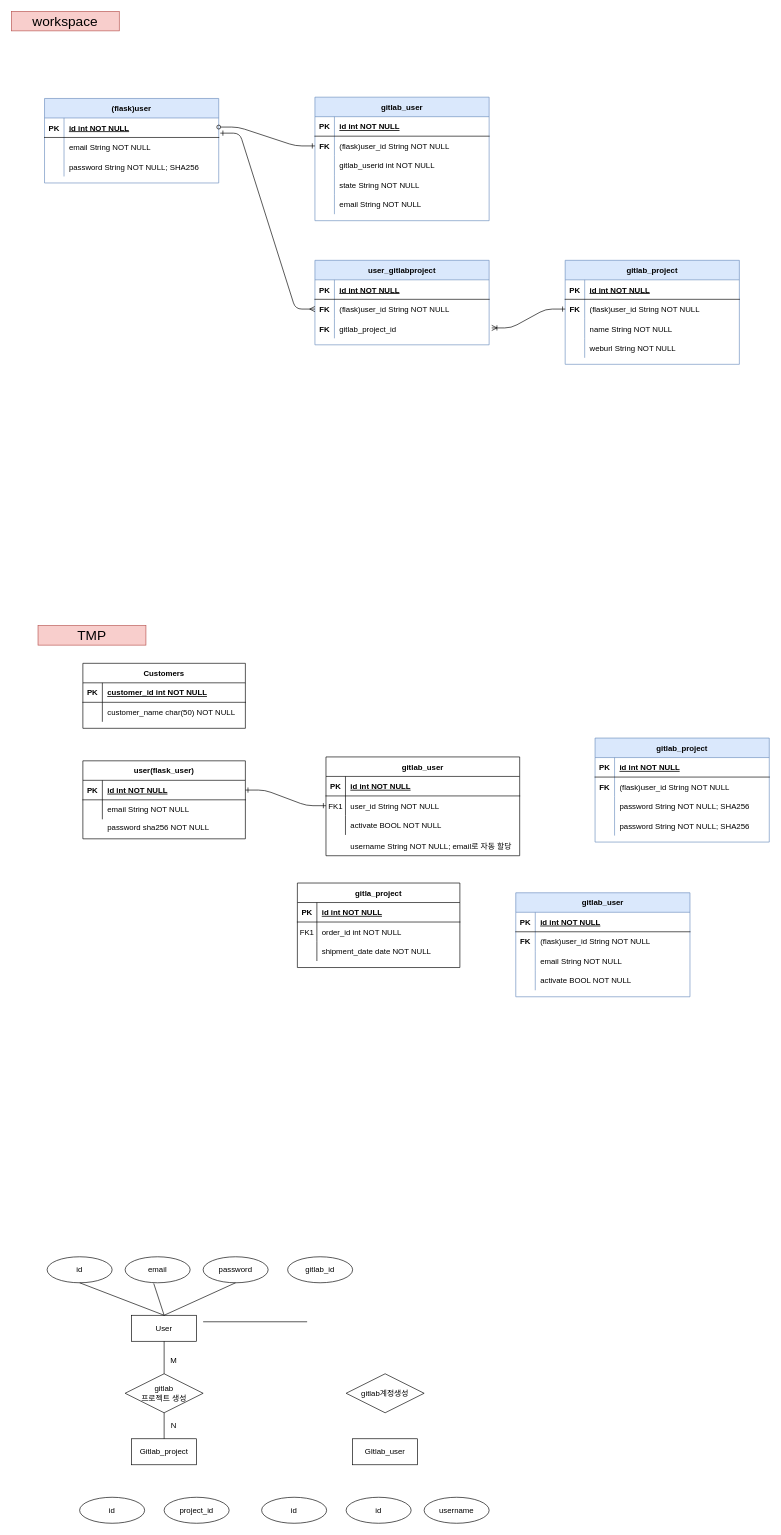
Above: SRM_project/documentation/entinity.drawio in choisungwook/portfolio (draw.io), before the change. Source tidied: cells renumbered, new cells numbered last; positions are measured from the earlier drawing's top-left corner, leaving out a move shared by most shapes. Both pictures are drawn from the tidied source at 65%, with x=0, y=0 at pixel (11, 11).
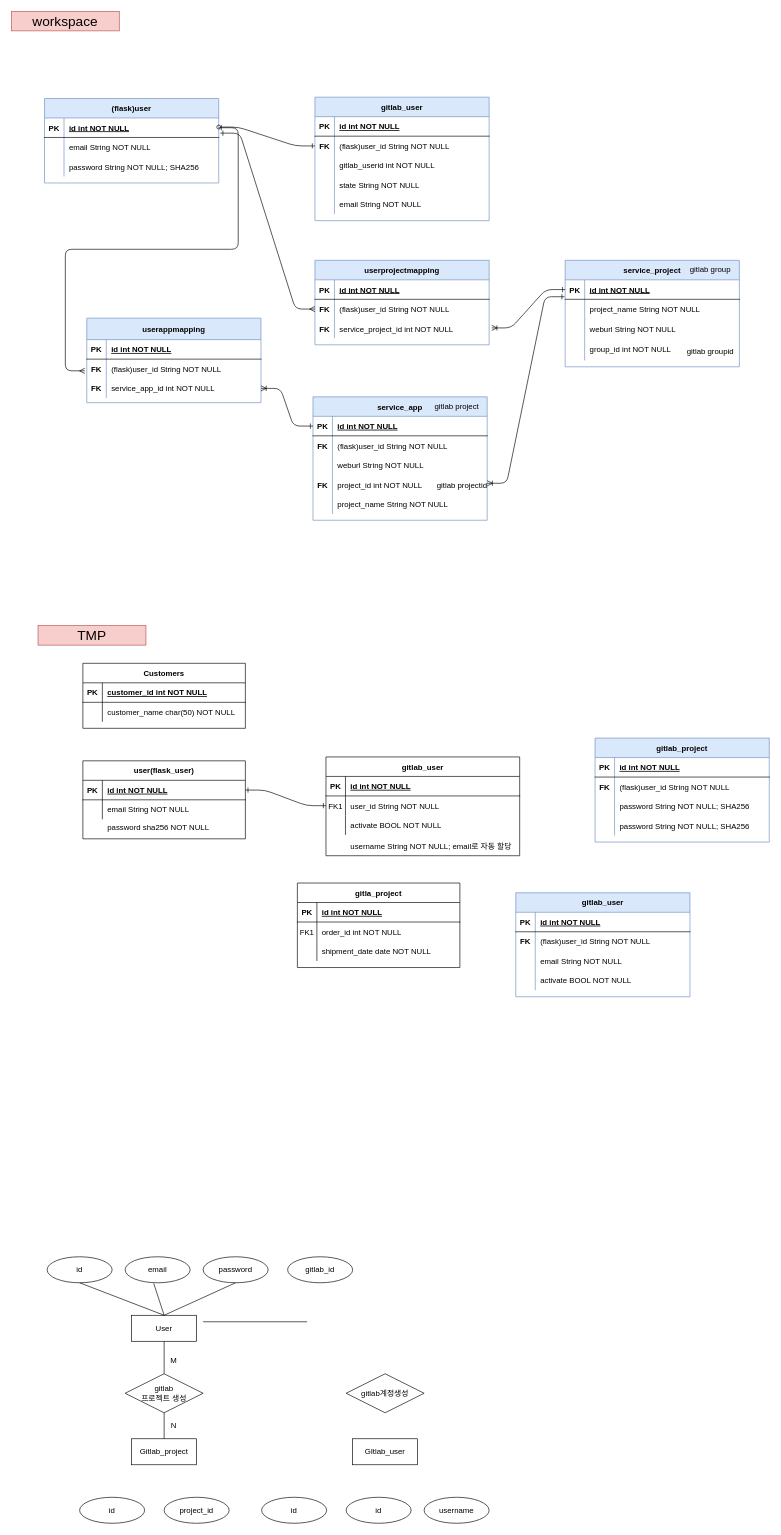
After the change.

Commit message:
SRM Project: db 모델링 파일 업데이트

The change refers to these unchanged cells:
```xml
<mxCell id="76" style="shape=partialRectangle;fillColor=none;top=0;left=0;bottom=1;right=0;points=[[0,0.5],[1,0.5]];portConstraint=eastwest;" parent="75" vertex="1">
  <mxGeometry y="30" width="268" height="30" as="geometry" />
</mxCell>
<mxCell id="116" style="shape=partialRectangle;fillColor=none;top=0;left=0;bottom=1;right=0;points=[[0,0.5],[1,0.5]];portConstraint=eastwest;" parent="115" vertex="1">
  <mxGeometry y="30" width="268" height="30" as="geometry" />
</mxCell>
<mxCell id="136" style="shape=partialRectangle;fillColor=none;top=0;left=0;bottom=0;right=0;" parent="129" vertex="1">
  <mxGeometry y="90" width="268" height="30" as="geometry" />
</mxCell>
```

The edit, as a diff of the source:
```diff
@@
-    <mxCell id="115" value="gitlab_project" style="shape=table;startSize=30;childLayout=tableLayout;rowLines=0;fontStyle=1;align=center;fillColor=#dae8fc;strokeColor=#6c8ebf;" parent="1" vertex="1">
-      <mxGeometry x="852" y="383" width="268" height="160" as="geometry" />
+    <mxCell id="115" value="service_project" style="shape=table;startSize=30;childLayout=tableLayout;rowLines=0;fontStyle=1;align=center;fillColor=#dae8fc;strokeColor=#6c8ebf;" parent="1" vertex="1">
+      <mxGeometry x="852" y="383" width="268" height="163.8" as="geometry" />
     </mxCell>
@@
-    <mxCell id="119" style="shape=partialRectangle;fillColor=none;top=0;left=0;bottom=0;right=0;points=[[0,0.5],[1,0.5]];portConstraint=eastwest;" parent="115" vertex="1">
-      <mxGeometry y="60" width="268" height="30" as="geometry" />
-    </mxCell>
-    <mxCell id="120" value="FK" style="shape=partialRectangle;fillColor=none;top=0;left=0;bottom=0;right=0;overflow=hidden;fontStyle=1;" parent="119" vertex="1">
-      <mxGeometry width="30" height="30" as="geometry" />
-    </mxCell>
-    <mxCell id="121" value="(flask)user_id String NOT NULL" style="shape=partialRectangle;fillColor=none;top=0;left=0;bottom=0;right=0;align=left;spacingLeft=6;overflow=hidden;" parent="119" vertex="1">
-      <mxGeometry x="30" width="238" height="30" as="geometry" />
-    </mxCell>
     <mxCell id="122" style="shape=partialRectangle;fillColor=none;top=0;left=0;bottom=0;right=0;" parent="115" vertex="1">
-      <mxGeometry y="90" width="268" height="30" as="geometry" />
+      <mxGeometry y="60" width="268" height="30" as="geometry" />
     </mxCell>
@@
-    <mxCell id="124" value="name String NOT NULL " style="shape=partialRectangle;fillColor=none;top=0;left=0;bottom=0;right=0;align=left;spacingLeft=6;overflow=hidden;" parent="122" vertex="1">
+    <mxCell id="124" value="project_name String NOT NULL " style="shape=partialRectangle;fillColor=none;top=0;left=0;bottom=0;right=0;align=left;spacingLeft=6;overflow=hidden;" parent="122" vertex="1">
       <mxGeometry x="30" width="238" height="30" as="geometry" />
     </mxCell>
     <mxCell id="125" style="shape=partialRectangle;fillColor=none;top=0;left=0;bottom=0;right=0;" parent="115" vertex="1">
-      <mxGeometry y="120" width="268" height="30" as="geometry" />
+      <mxGeometry y="90" width="268" height="30" as="geometry" />
     </mxCell>
@@
+    <mxCell id="141" style="shape=partialRectangle;fillColor=none;top=0;left=0;bottom=0;right=0;" parent="115" vertex="1">
+      <mxGeometry y="120" width="268" height="34" as="geometry" />
+    </mxCell>
+    <mxCell id="142" style="shape=partialRectangle;fillColor=none;top=0;left=0;bottom=0;right=0;overflow=hidden;" parent="141" vertex="1">
+      <mxGeometry width="30" height="34" as="geometry" />
+    </mxCell>
+    <mxCell id="143" value="group_id int NOT NULL " style="shape=partialRectangle;fillColor=none;top=0;left=0;bottom=0;right=0;align=left;spacingLeft=6;overflow=hidden;" parent="141" vertex="1">
+      <mxGeometry x="30" width="238" height="34" as="geometry" />
+    </mxCell>
@@
-    <mxCell id="129" value="user_gitlabproject" style="shape=table;startSize=30;childLayout=tableLayout;rowLines=0;fontStyle=1;align=center;fillColor=#dae8fc;strokeColor=#6c8ebf;" parent="1" vertex="1">
+    <mxCell id="129" value="userprojectmapping" style="shape=table;startSize=30;childLayout=tableLayout;rowLines=0;fontStyle=1;align=center;fillColor=#dae8fc;strokeColor=#6c8ebf;" parent="1" vertex="1">
       <mxGeometry x="467" y="383" width="268" height="130" as="geometry" />
     </mxCell>
@@
-    <mxCell id="138" value="gitlab_project_id" style="shape=partialRectangle;fillColor=none;top=0;left=0;bottom=0;right=0;align=left;spacingLeft=6;overflow=hidden;" parent="136" vertex="1">
+    <mxCell id="138" value="service_project_id int NOT NULL" style="shape=partialRectangle;fillColor=none;top=0;left=0;bottom=0;right=0;align=left;spacingLeft=6;overflow=hidden;" parent="136" vertex="1">
       <mxGeometry x="30" width="238" height="30" as="geometry" />
     </mxCell>
-    <mxCell id="139" style="edgeStyle=entityRelationEdgeStyle;endArrow=ERone;startArrow=ERoneToMany;endFill=0;startFill=0;entryX=0;entryY=0.5;entryDx=0;entryDy=0;" parent="1" edge="1" target="119">
+    <mxCell id="139" style="edgeStyle=entityRelationEdgeStyle;endArrow=ERone;startArrow=ERoneToMany;endFill=0;startFill=0;entryX=0;entryY=0.5;entryDx=0;entryDy=0;" parent="1" edge="1" target="116">
       <mxGeometry relative="1" as="geometry">
         <mxPoint x="739" y="487" as="sourcePoint" />
       </mxGeometry>
     </mxCell>
@@
+    <mxCell id="144" value="service_app" style="shape=table;startSize=30;childLayout=tableLayout;rowLines=0;fontStyle=1;align=center;fillColor=#dae8fc;strokeColor=#6c8ebf;" parent="1" vertex="1">
+      <mxGeometry x="464" y="593" width="268" height="189.9" as="geometry" />
+    </mxCell>
+    <mxCell id="145" style="shape=partialRectangle;fillColor=none;top=0;left=0;bottom=1;right=0;points=[[0,0.5],[1,0.5]];portConstraint=eastwest;" parent="144" vertex="1">
+      <mxGeometry y="30" width="268" height="30" as="geometry" />
+    </mxCell>
+    <mxCell id="146" value="PK" style="shape=partialRectangle;fillColor=none;top=0;left=0;bottom=0;right=0;fontStyle=1;overflow=hidden;" parent="145" vertex="1">
+      <mxGeometry width="30" height="30" as="geometry" />
+    </mxCell>
+    <mxCell id="147" value="id int NOT NULL" style="shape=partialRectangle;fillColor=none;top=0;left=0;bottom=0;right=0;align=left;spacingLeft=6;fontStyle=5;overflow=hidden;" parent="145" vertex="1">
+      <mxGeometry x="30" width="238" height="30" as="geometry" />
+    </mxCell>
+    <mxCell id="119" style="shape=partialRectangle;fillColor=none;top=0;left=0;bottom=0;right=0;points=[[0,0.5],[1,0.5]];portConstraint=eastwest;" parent="144" vertex="1">
+      <mxGeometry y="60" width="268" height="30" as="geometry" />
+    </mxCell>
+    <mxCell id="148" value="FK" style="shape=partialRectangle;fillColor=none;top=0;left=0;bottom=0;right=0;overflow=hidden;fontStyle=1;" parent="119" vertex="1">
+      <mxGeometry width="30" height="30" as="geometry" />
+    </mxCell>
+    <mxCell id="149" value="(flask)user_id String NOT NULL" style="shape=partialRectangle;fillColor=none;top=0;left=0;bottom=0;right=0;align=left;spacingLeft=6;overflow=hidden;" parent="119" vertex="1">
+      <mxGeometry x="30" width="238" height="30" as="geometry" />
+    </mxCell>
+    <mxCell id="150" style="shape=partialRectangle;fillColor=none;top=0;left=0;bottom=0;right=0;" parent="144" vertex="1">
+      <mxGeometry y="90" width="268" height="30" as="geometry" />
+    </mxCell>
+    <mxCell id="151" style="shape=partialRectangle;fillColor=none;top=0;left=0;bottom=0;right=0;overflow=hidden;fontStyle=1;" parent="150" vertex="1">
+      <mxGeometry width="30" height="30" as="geometry" />
+    </mxCell>
+    <mxCell id="152" value="weburl String NOT NULL" style="shape=partialRectangle;fillColor=none;top=0;left=0;bottom=0;right=0;align=left;spacingLeft=6;overflow=hidden;" parent="150" vertex="1">
+      <mxGeometry x="30" width="238" height="30" as="geometry" />
+    </mxCell>
+    <mxCell id="153" style="shape=partialRectangle;fillColor=none;top=0;left=0;bottom=0;right=0;" parent="144" vertex="1">
+      <mxGeometry y="120" width="268" height="30" as="geometry" />
+    </mxCell>
+    <mxCell id="154" value="FK" style="shape=partialRectangle;fillColor=none;top=0;left=0;bottom=0;right=0;overflow=hidden;fontStyle=1;" parent="153" vertex="1">
+      <mxGeometry width="30" height="30" as="geometry" />
+    </mxCell>
+    <mxCell id="155" value="project_id int NOT NULL" style="shape=partialRectangle;fillColor=none;top=0;left=0;bottom=0;right=0;align=left;spacingLeft=6;overflow=hidden;" parent="153" vertex="1">
+      <mxGeometry x="30" width="238" height="30" as="geometry" />
+    </mxCell>
+    <mxCell id="156" style="shape=partialRectangle;fillColor=none;top=0;left=0;bottom=0;right=0;" parent="144" vertex="1">
+      <mxGeometry y="150" width="268" height="30" as="geometry" />
+    </mxCell>
+    <mxCell id="157" style="shape=partialRectangle;fillColor=none;top=0;left=0;bottom=0;right=0;overflow=hidden;fontStyle=1;" parent="156" vertex="1">
+      <mxGeometry width="30" height="30" as="geometry" />
+    </mxCell>
+    <mxCell id="158" value="project_name String NOT NULL" style="shape=partialRectangle;fillColor=none;top=0;left=0;bottom=0;right=0;align=left;spacingLeft=6;overflow=hidden;" parent="156" vertex="1">
+      <mxGeometry x="30" width="238" height="30" as="geometry" />
+    </mxCell>
+    <mxCell id="159" style="edgeStyle=entityRelationEdgeStyle;endArrow=ERmany;startArrow=ERone;endFill=0;startFill=0;" parent="1" edge="1" source="76">
+      <mxGeometry relative="1" as="geometry">
+        <mxPoint x="113" y="553" as="targetPoint" />
+      </mxGeometry>
+    </mxCell>
+    <mxCell id="160" style="edgeStyle=entityRelationEdgeStyle;endArrow=ERone;startArrow=ERoneToMany;endFill=0;startFill=0;exitX=0.964;exitY=0.3;exitDx=0;exitDy=0;exitPerimeter=0;" parent="1" edge="1" source="175">
+      <mxGeometry relative="1" as="geometry">
+        <mxPoint x="851" y="439" as="targetPoint" />
+      </mxGeometry>
+    </mxCell>
+    <mxCell id="161" value="userappmapping" style="shape=table;startSize=33;childLayout=tableLayout;rowLines=0;fontStyle=1;align=center;fillColor=#dae8fc;strokeColor=#6c8ebf;" parent="1" vertex="1">
+      <mxGeometry x="116" y="472" width="268" height="130" as="geometry" />
+    </mxCell>
+    <mxCell id="162" style="shape=partialRectangle;fillColor=none;top=0;left=0;bottom=1;right=0;" parent="161" vertex="1">
+      <mxGeometry y="33" width="268" height="30" as="geometry" />
+    </mxCell>
+    <mxCell id="163" value="PK" style="shape=partialRectangle;fillColor=none;top=0;left=0;bottom=0;right=0;fontStyle=1;overflow=hidden;" parent="162" vertex="1">
+      <mxGeometry width="30" height="30" as="geometry" />
+    </mxCell>
+    <mxCell id="164" value="id int NOT NULL" style="shape=partialRectangle;fillColor=none;top=0;left=0;bottom=0;right=0;align=left;spacingLeft=6;fontStyle=5;overflow=hidden;" parent="162" vertex="1">
+      <mxGeometry x="30" width="238" height="30" as="geometry" />
+    </mxCell>
+    <mxCell id="165" style="shape=partialRectangle;fillColor=none;top=0;left=0;bottom=0;right=0;" parent="161" vertex="1">
+      <mxGeometry y="63" width="268" height="30" as="geometry" />
+    </mxCell>
+    <mxCell id="166" value="FK" style="shape=partialRectangle;fillColor=none;top=0;left=0;bottom=0;right=0;overflow=hidden;fontStyle=1;" parent="165" vertex="1">
+      <mxGeometry width="30" height="30" as="geometry" />
+    </mxCell>
+    <mxCell id="167" value="(flask)user_id String NOT NULL" style="shape=partialRectangle;fillColor=none;top=0;left=0;bottom=0;right=0;align=left;spacingLeft=6;overflow=hidden;" parent="165" vertex="1">
+      <mxGeometry x="30" width="238" height="30" as="geometry" />
+    </mxCell>
+    <mxCell id="168" style="shape=partialRectangle;fillColor=none;top=0;left=0;bottom=0;right=0;points=[[0,0.5],[1,0.5]];portConstraint=eastwest;" parent="161" vertex="1">
+      <mxGeometry y="93" width="268" height="30" as="geometry" />
+    </mxCell>
+    <mxCell id="169" value="FK" style="shape=partialRectangle;fillColor=none;top=0;left=0;bottom=0;right=0;overflow=hidden;fontStyle=1;" parent="168" vertex="1">
+      <mxGeometry width="30" height="30" as="geometry" />
+    </mxCell>
+    <mxCell id="170" value="service_app_id int NOT NULL" style="shape=partialRectangle;fillColor=none;top=0;left=0;bottom=0;right=0;align=left;spacingLeft=6;overflow=hidden;" parent="168" vertex="1">
+      <mxGeometry x="30" width="238" height="30" as="geometry" />
+    </mxCell>
+    <mxCell id="171" style="edgeStyle=entityRelationEdgeStyle;endArrow=ERone;startArrow=ERoneToMany;endFill=0;startFill=0;entryX=0;entryY=0.5;entryDx=0;entryDy=0;exitX=1;exitY=0.5;exitDx=0;exitDy=0;" parent="1" edge="1" source="168" target="145">
+      <mxGeometry relative="1" as="geometry" />
+    </mxCell>
+    <mxCell id="172" value="gitlab group" style="text;html=1;strokeColor=none;fillColor=none;align=center;verticalAlign=middle;whiteSpace=wrap;rounded=0;" parent="1" vertex="1">
+      <mxGeometry x="1034" y="387" width="83" height="20" as="geometry" />
+    </mxCell>
+    <mxCell id="173" value="gitlab project" style="text;html=1;strokeColor=none;fillColor=none;align=center;verticalAlign=middle;whiteSpace=wrap;rounded=0;" parent="1" vertex="1">
+      <mxGeometry x="643.5" y="599" width="83" height="20" as="geometry" />
+    </mxCell>
+    <mxCell id="174" value="gitlab groupid" style="text;html=1;strokeColor=none;fillColor=none;align=center;verticalAlign=middle;whiteSpace=wrap;rounded=0;" parent="1" vertex="1">
+      <mxGeometry x="1034" y="513" width="83" height="20" as="geometry" />
+    </mxCell>
+    <mxCell id="175" value="gitlab projectid" style="text;html=1;strokeColor=none;fillColor=none;align=center;verticalAlign=middle;whiteSpace=wrap;rounded=0;" parent="1" vertex="1">
+      <mxGeometry x="652" y="720" width="83" height="20" as="geometry" />
+    </mxCell>
```
